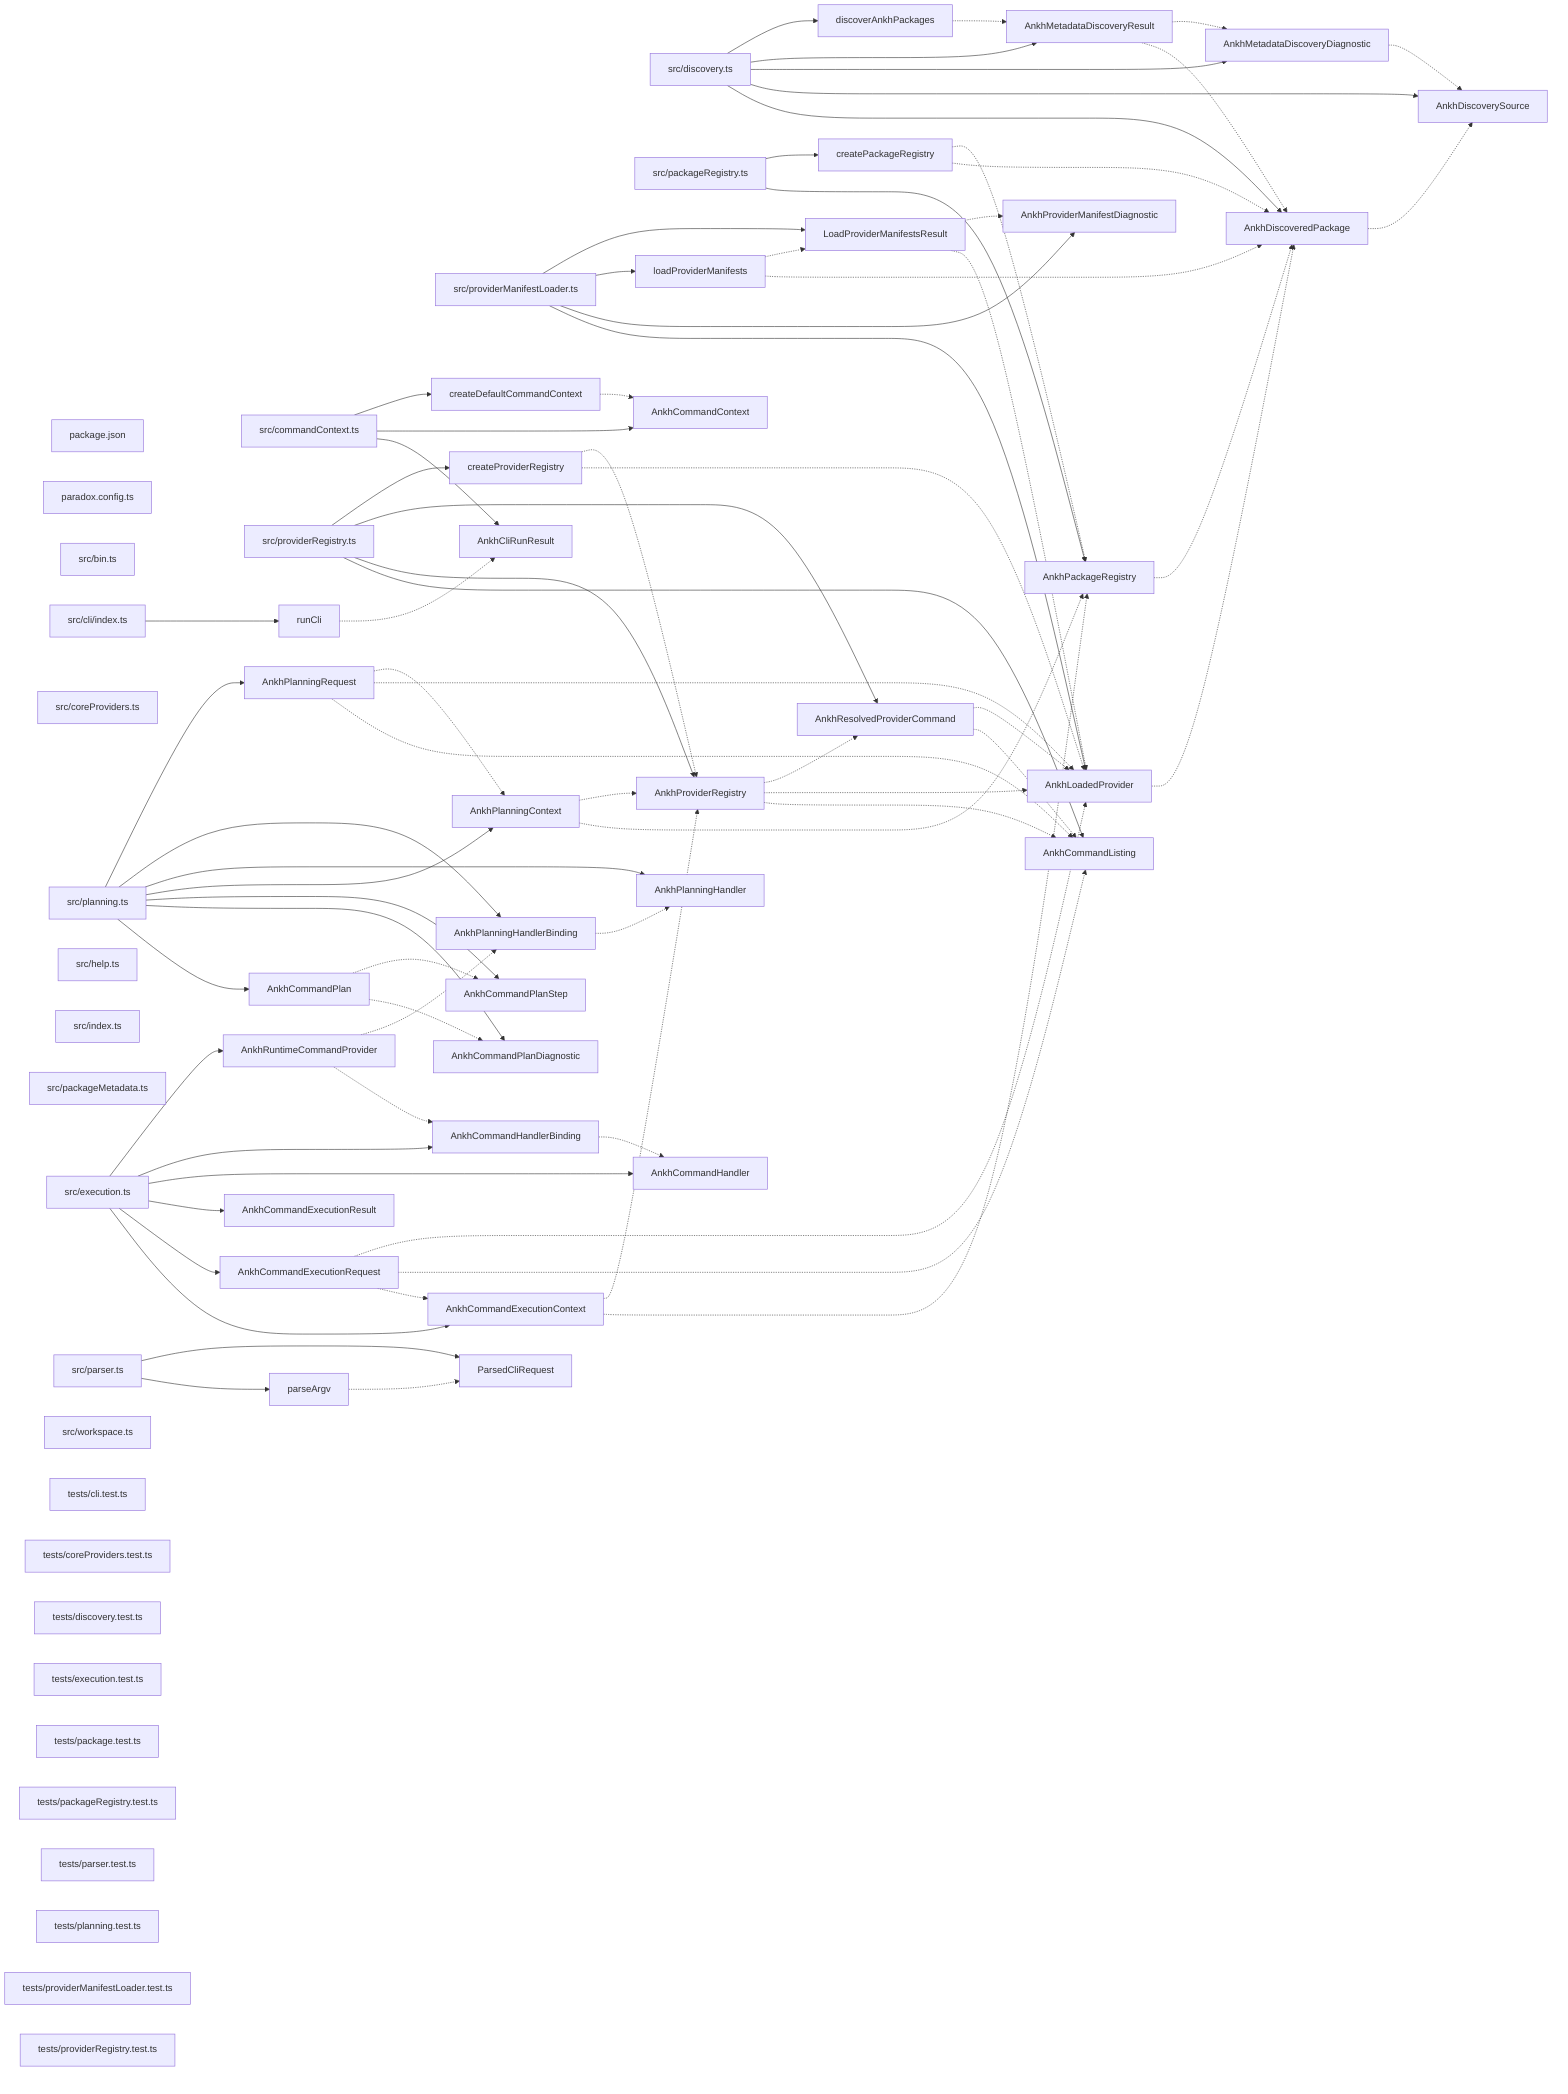
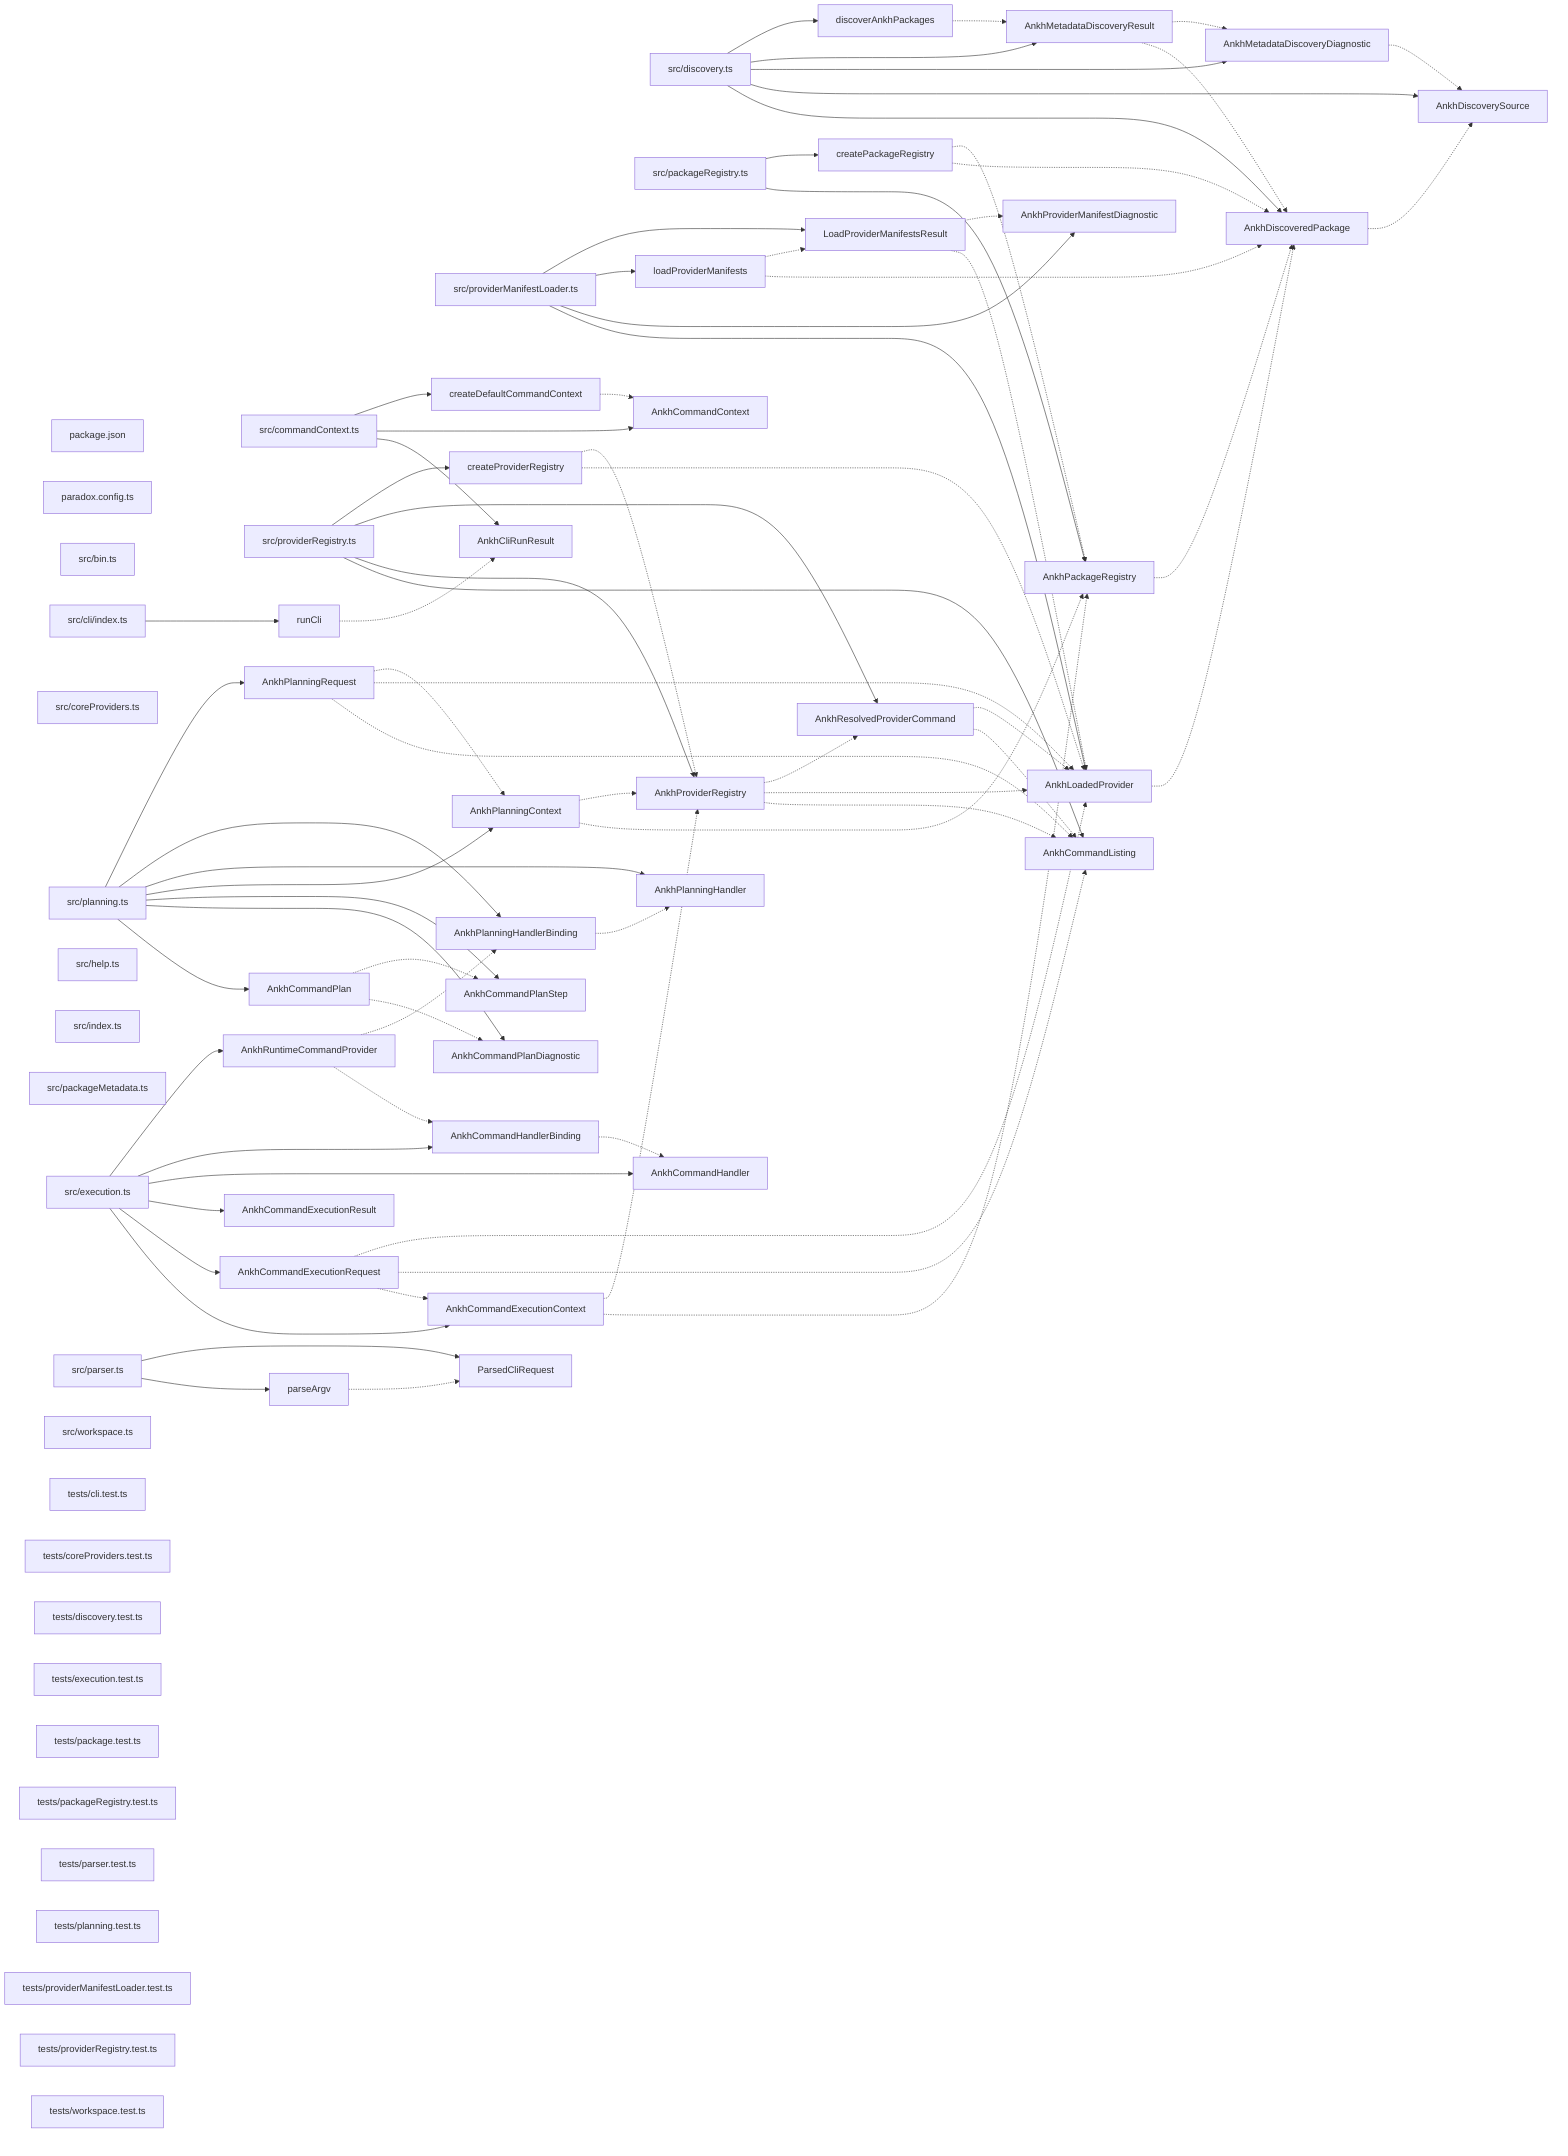
graph LR
  module_package_json["package.json"]
  module_paradox_config_ts["paradox.config.ts"]
  module_src_bin_ts["src/bin.ts"]
  module_src_cli_index_ts["src/cli/index.ts"]
  module_src_commandContext_ts["src/commandContext.ts"]
  module_src_coreProviders_ts["src/coreProviders.ts"]
  module_src_discovery_ts["src/discovery.ts"]
  module_src_execution_ts["src/execution.ts"]
  module_src_help_ts["src/help.ts"]
  module_src_index_ts["src/index.ts"]
  module_src_packageMetadata_ts["src/packageMetadata.ts"]
  module_src_packageRegistry_ts["src/packageRegistry.ts"]
  module_src_parser_ts["src/parser.ts"]
  module_src_planning_ts["src/planning.ts"]
  module_src_providerManifestLoader_ts["src/providerManifestLoader.ts"]
  module_src_providerRegistry_ts["src/providerRegistry.ts"]
  module_src_workspace_ts["src/workspace.ts"]
  module_tests_cli_test_ts["tests/cli.test.ts"]
  module_tests_coreProviders_test_ts["tests/coreProviders.test.ts"]
  module_tests_discovery_test_ts["tests/discovery.test.ts"]
  module_tests_execution_test_ts["tests/execution.test.ts"]
  module_tests_package_test_ts["tests/package.test.ts"]
  module_tests_packageRegistry_test_ts["tests/packageRegistry.test.ts"]
  module_tests_parser_test_ts["tests/parser.test.ts"]
  module_tests_planning_test_ts["tests/planning.test.ts"]
  module_tests_providerManifestLoader_test_ts["tests/providerManifestLoader.test.ts"]
  module_tests_providerRegistry_test_ts["tests/providerRegistry.test.ts"]
+   module_tests_workspace_test_ts["tests/workspace.test.ts"]
  export_AnkhCliRunResult["AnkhCliRunResult"]
  module_src_commandContext_ts --> export_AnkhCliRunResult
  export_AnkhCommandContext["AnkhCommandContext"]
  module_src_commandContext_ts --> export_AnkhCommandContext
  export_AnkhCommandExecutionContext["AnkhCommandExecutionContext"]
  module_src_execution_ts --> export_AnkhCommandExecutionContext
  export_AnkhCommandExecutionContext -.-> export_AnkhPackageRegistry
  export_AnkhCommandExecutionContext -.-> export_AnkhProviderRegistry
  export_AnkhCommandExecutionRequest["AnkhCommandExecutionRequest"]
  module_src_execution_ts --> export_AnkhCommandExecutionRequest
  export_AnkhCommandExecutionRequest -.-> export_AnkhCommandExecutionContext
  export_AnkhCommandExecutionRequest -.-> export_AnkhCommandListing
  export_AnkhCommandExecutionRequest -.-> export_AnkhLoadedProvider
  export_AnkhCommandExecutionResult["AnkhCommandExecutionResult"]
  module_src_execution_ts --> export_AnkhCommandExecutionResult
  export_AnkhCommandHandler["AnkhCommandHandler"]
  module_src_execution_ts --> export_AnkhCommandHandler
  export_AnkhCommandHandlerBinding["AnkhCommandHandlerBinding"]
  module_src_execution_ts --> export_AnkhCommandHandlerBinding
  export_AnkhCommandHandlerBinding -.-> export_AnkhCommandHandler
  export_AnkhCommandListing["AnkhCommandListing"]
  module_src_providerRegistry_ts --> export_AnkhCommandListing
  export_AnkhCommandPlan["AnkhCommandPlan"]
  module_src_planning_ts --> export_AnkhCommandPlan
  export_AnkhCommandPlan -.-> export_AnkhCommandPlanDiagnostic
  export_AnkhCommandPlan -.-> export_AnkhCommandPlanStep
  export_AnkhCommandPlanDiagnostic["AnkhCommandPlanDiagnostic"]
  module_src_planning_ts --> export_AnkhCommandPlanDiagnostic
  export_AnkhCommandPlanStep["AnkhCommandPlanStep"]
  module_src_planning_ts --> export_AnkhCommandPlanStep
  export_AnkhDiscoveredPackage["AnkhDiscoveredPackage"]
  module_src_discovery_ts --> export_AnkhDiscoveredPackage
  export_AnkhDiscoveredPackage -.-> export_AnkhDiscoverySource
  export_AnkhDiscoverySource["AnkhDiscoverySource"]
  module_src_discovery_ts --> export_AnkhDiscoverySource
  export_AnkhLoadedProvider["AnkhLoadedProvider"]
  module_src_providerManifestLoader_ts --> export_AnkhLoadedProvider
  export_AnkhLoadedProvider -.-> export_AnkhDiscoveredPackage
  export_AnkhMetadataDiscoveryDiagnostic["AnkhMetadataDiscoveryDiagnostic"]
  module_src_discovery_ts --> export_AnkhMetadataDiscoveryDiagnostic
  export_AnkhMetadataDiscoveryDiagnostic -.-> export_AnkhDiscoverySource
  export_AnkhMetadataDiscoveryResult["AnkhMetadataDiscoveryResult"]
  module_src_discovery_ts --> export_AnkhMetadataDiscoveryResult
  export_AnkhMetadataDiscoveryResult -.-> export_AnkhDiscoveredPackage
  export_AnkhMetadataDiscoveryResult -.-> export_AnkhMetadataDiscoveryDiagnostic
  export_AnkhPackageRegistry["AnkhPackageRegistry"]
  module_src_packageRegistry_ts --> export_AnkhPackageRegistry
  export_AnkhPackageRegistry -.-> export_AnkhDiscoveredPackage
  export_AnkhPlanningContext["AnkhPlanningContext"]
  module_src_planning_ts --> export_AnkhPlanningContext
  export_AnkhPlanningContext -.-> export_AnkhPackageRegistry
  export_AnkhPlanningContext -.-> export_AnkhProviderRegistry
  export_AnkhPlanningHandler["AnkhPlanningHandler"]
  module_src_planning_ts --> export_AnkhPlanningHandler
  export_AnkhPlanningHandlerBinding["AnkhPlanningHandlerBinding"]
  module_src_planning_ts --> export_AnkhPlanningHandlerBinding
  export_AnkhPlanningHandlerBinding -.-> export_AnkhPlanningHandler
  export_AnkhPlanningRequest["AnkhPlanningRequest"]
  module_src_planning_ts --> export_AnkhPlanningRequest
  export_AnkhPlanningRequest -.-> export_AnkhCommandListing
  export_AnkhPlanningRequest -.-> export_AnkhLoadedProvider
  export_AnkhPlanningRequest -.-> export_AnkhPlanningContext
  export_AnkhProviderManifestDiagnostic["AnkhProviderManifestDiagnostic"]
  module_src_providerManifestLoader_ts --> export_AnkhProviderManifestDiagnostic
  export_AnkhProviderRegistry["AnkhProviderRegistry"]
  module_src_providerRegistry_ts --> export_AnkhProviderRegistry
  export_AnkhProviderRegistry -.-> export_AnkhCommandListing
  export_AnkhProviderRegistry -.-> export_AnkhLoadedProvider
  export_AnkhProviderRegistry -.-> export_AnkhResolvedProviderCommand
  export_AnkhResolvedProviderCommand["AnkhResolvedProviderCommand"]
  module_src_providerRegistry_ts --> export_AnkhResolvedProviderCommand
  export_AnkhResolvedProviderCommand -.-> export_AnkhCommandListing
  export_AnkhResolvedProviderCommand -.-> export_AnkhLoadedProvider
  export_AnkhRuntimeCommandProvider["AnkhRuntimeCommandProvider"]
  module_src_execution_ts --> export_AnkhRuntimeCommandProvider
  export_AnkhRuntimeCommandProvider -.-> export_AnkhCommandHandlerBinding
  export_AnkhRuntimeCommandProvider -.-> export_AnkhPlanningHandlerBinding
  export_createDefaultCommandContext["createDefaultCommandContext"]
  module_src_commandContext_ts --> export_createDefaultCommandContext
  export_createDefaultCommandContext -.-> export_AnkhCommandContext
  export_createPackageRegistry["createPackageRegistry"]
  module_src_packageRegistry_ts --> export_createPackageRegistry
  export_createPackageRegistry -.-> export_AnkhDiscoveredPackage
  export_createPackageRegistry -.-> export_AnkhPackageRegistry
  export_createProviderRegistry["createProviderRegistry"]
  module_src_providerRegistry_ts --> export_createProviderRegistry
  export_createProviderRegistry -.-> export_AnkhLoadedProvider
  export_createProviderRegistry -.-> export_AnkhProviderRegistry
  export_discoverAnkhPackages["discoverAnkhPackages"]
  module_src_discovery_ts --> export_discoverAnkhPackages
  export_discoverAnkhPackages -.-> export_AnkhMetadataDiscoveryResult
  export_loadProviderManifests["loadProviderManifests"]
  module_src_providerManifestLoader_ts --> export_loadProviderManifests
  export_loadProviderManifests -.-> export_AnkhDiscoveredPackage
  export_loadProviderManifests -.-> export_LoadProviderManifestsResult
  export_LoadProviderManifestsResult["LoadProviderManifestsResult"]
  module_src_providerManifestLoader_ts --> export_LoadProviderManifestsResult
  export_LoadProviderManifestsResult -.-> export_AnkhLoadedProvider
  export_LoadProviderManifestsResult -.-> export_AnkhProviderManifestDiagnostic
  export_parseArgv["parseArgv"]
  module_src_parser_ts --> export_parseArgv
  export_parseArgv -.-> export_ParsedCliRequest
  export_ParsedCliRequest["ParsedCliRequest"]
  module_src_parser_ts --> export_ParsedCliRequest
  export_runCli["runCli"]
  module_src_cli_index_ts --> export_runCli
  export_runCli -.-> export_AnkhCliRunResult
